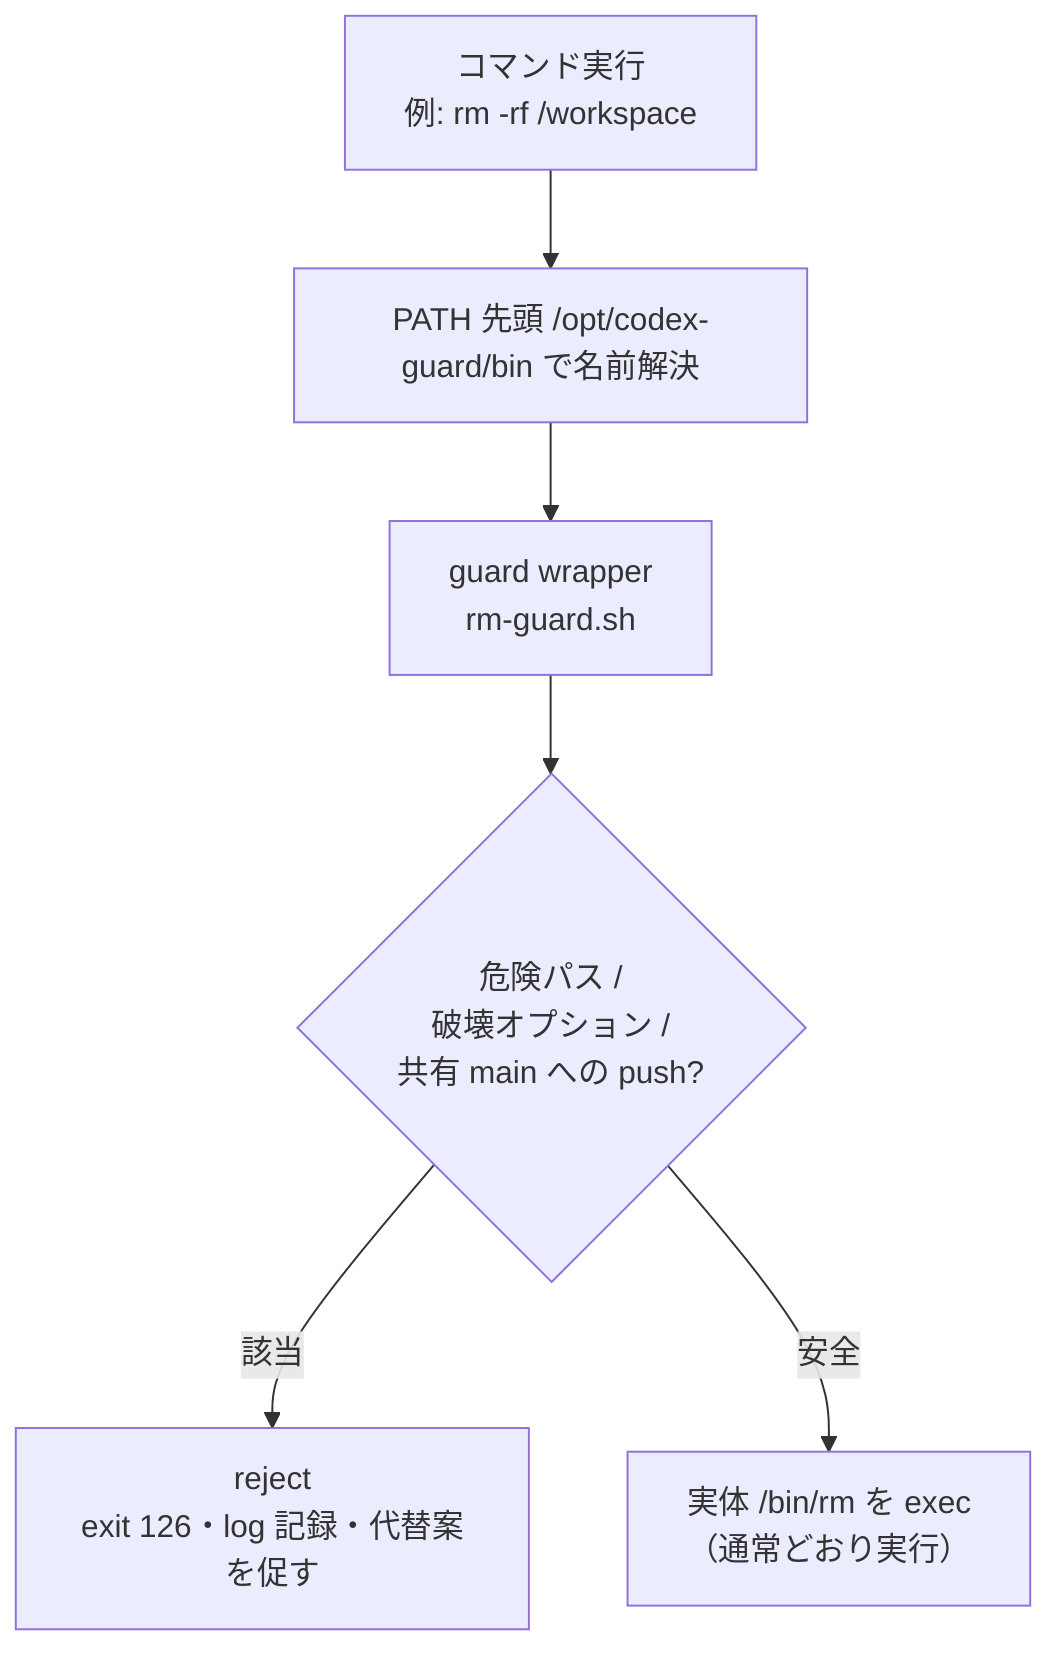
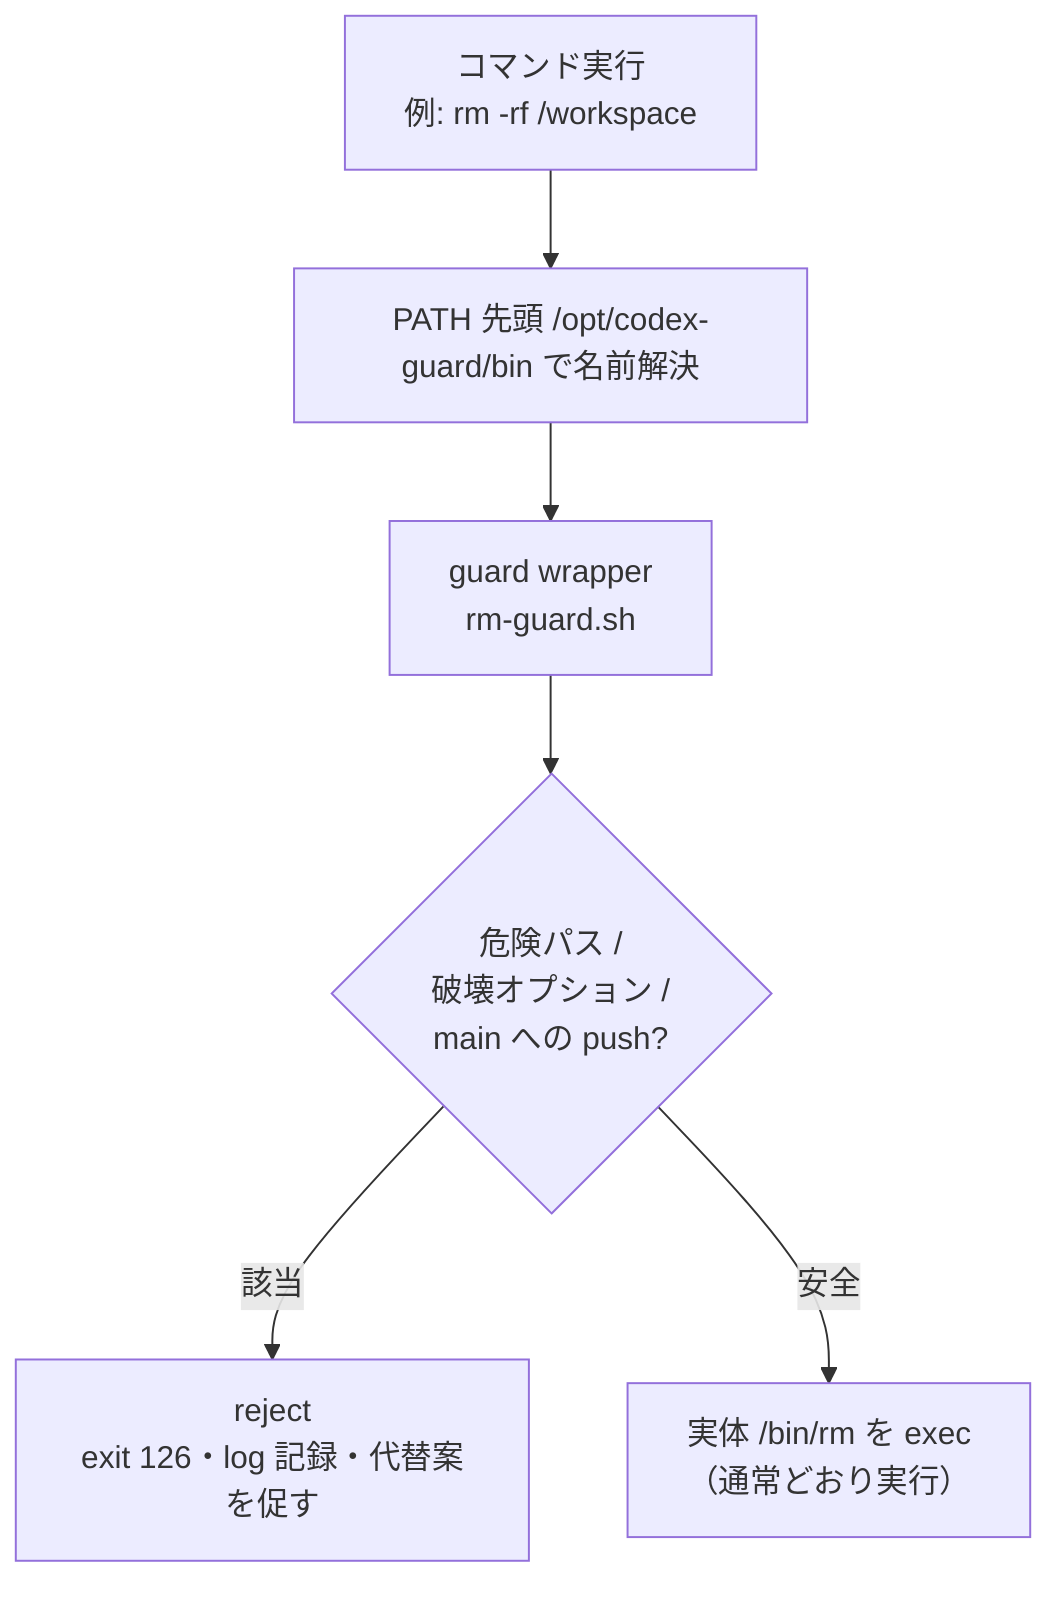
flowchart TB
    C["コマンド実行<br/>例: rm -rf /workspace"] --> P["PATH 先頭 /opt/codex-guard/bin で名前解決"]
    P --> G["guard wrapper<br/>rm-guard.sh"]
-     G --> D{"危険パス /<br/>破壊オプション /<br/>共有 main への push?"}
+     G --> D{"危険パス /<br/>破壊オプション /<br/>main への push?"}
    D -->|該当| REJ["reject<br/>exit 126・log 記録・代替案を促す"]
    D -->|安全| EX["実体 /bin/rm を exec<br/>（通常どおり実行）"]
